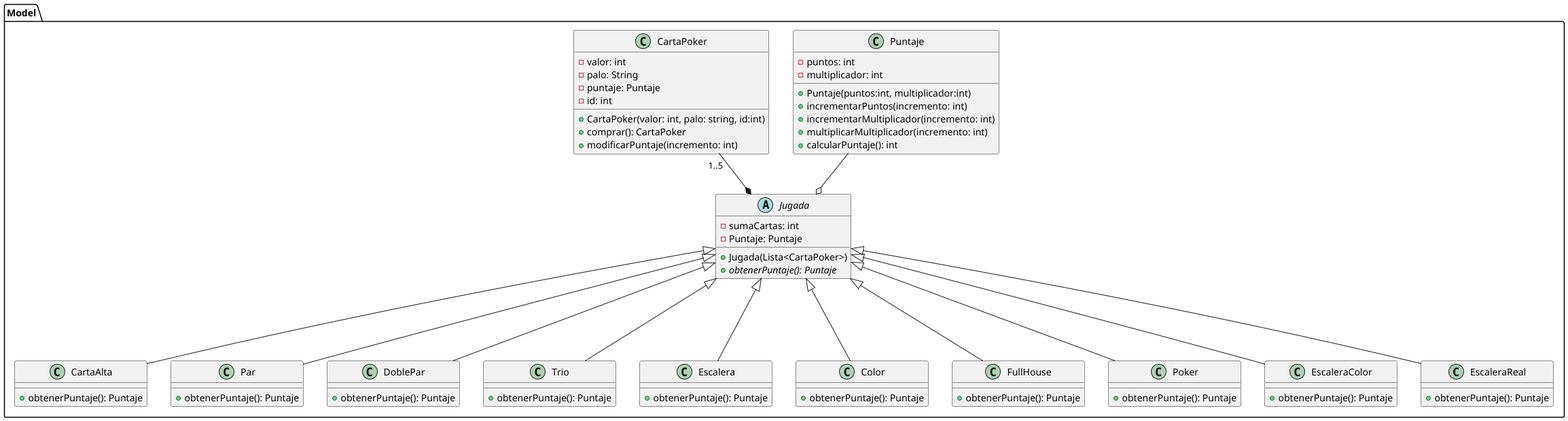
Before: diagrams/classes/clasesBalatro4.png, a diagram exported from PlantUML (carruizdiaz1109/UBAlatro).
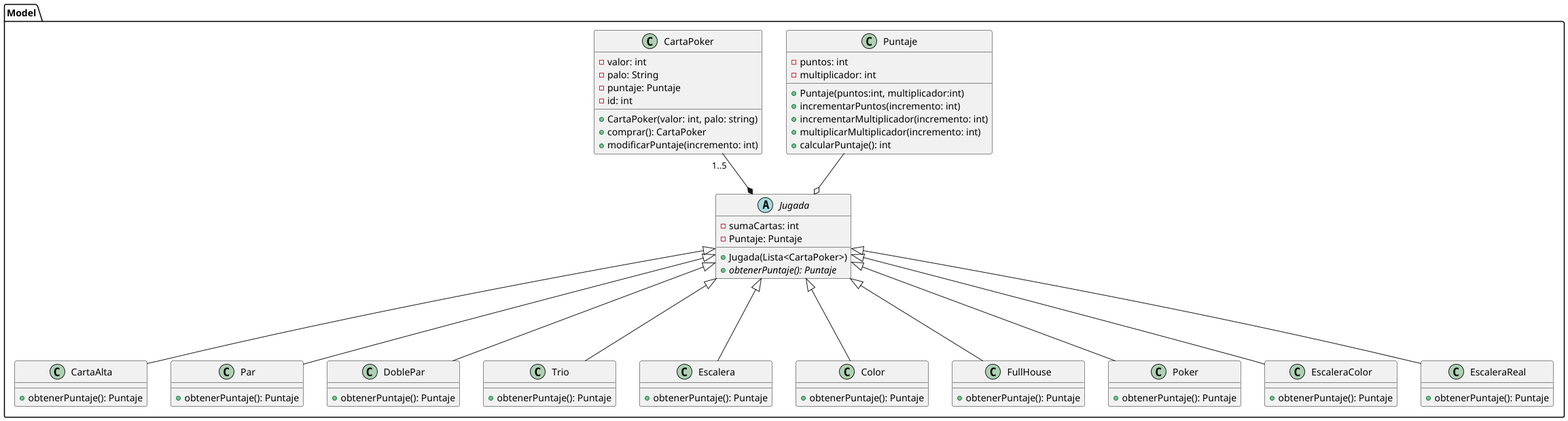
Later version of the same file.

Commit message:
Modificacion auto incremento del ID

What changed in the source:
```diff
@@ -11,15 +11,15 @@
         + calcularPuntaje(): int
     }
 
-    class CartaPoker {
-        - valor: int
-        - palo: String
-        - puntaje: Puntaje
-        - id: int
-        + CartaPoker(valor: int, palo: string, id:int)
-        + comprar(): CartaPoker
-        + modificarPuntaje(incremento: int)
-    }
+   class CartaPoker {
+       - valor: int
+       - palo: String
+       - puntaje: Puntaje
+       - id: int
+       + CartaPoker(valor: int, palo: string)
+       + comprar(): CartaPoker
+       + modificarPuntaje(incremento: int)
+   }
 
     abstract class Jugada {
         - sumaCartas: int
```
